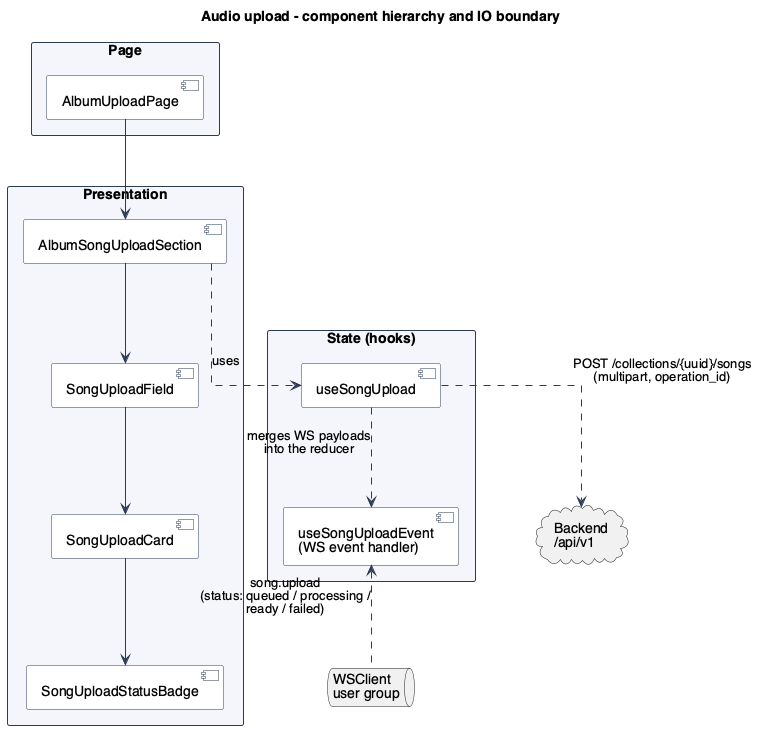
Earlier version of the PlantUML export text/diagrams/FrontendAudioUpload.png (ddrddrr/musikk). Source of this version:
```plantuml
@startuml FrontendAudioUpload

!include ../../_style.puml

title Audio upload - component hierarchy and IO boundary

package "Page" {
    [AlbumUploadPage] as album_upload_page
}

package "Presentation" {
    [AlbumSongUploadSection] as upload_section
    [SongUploadField] as upload_field
    [SongUploadCard] as upload_card
    [SongUploadStatusBadge] as status_badge
}

album_upload_page --> upload_section
upload_section --> upload_field
upload_field --> upload_card
upload_card --> status_badge

package "State (hooks)" {
    [useSongUpload] as use_song_upload
    [useSongUploadEvent\n(WS event handler)] as use_upload_event
}

upload_section ..> use_song_upload : uses
use_song_upload ..> use_upload_event : merges WS payloads\ninto the reducer

cloud "Backend\n/api/v1" as backend
queue "WSClient\nuser group" as ws

use_song_upload ..> backend : POST /collections/{uuid}/songs\n(multipart, operation_id)

use_upload_event <.. ws : song.upload\n(status: queued / processing /\nready / failed)

@enduml
```
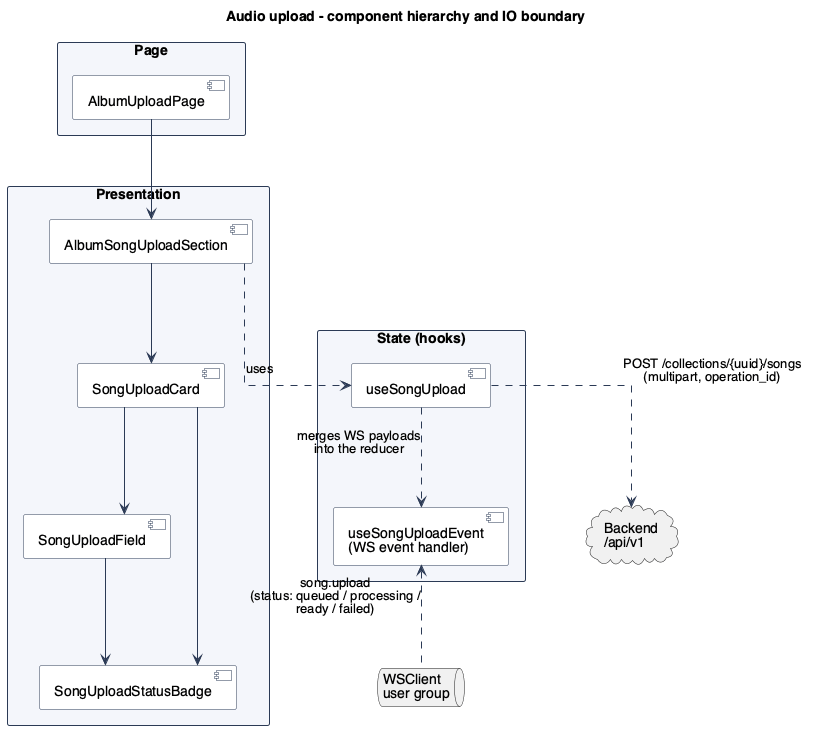
After the commit.

Diff of the diagram source:
```diff
@@ -16,9 +16,10 @@
 }
 
 album_upload_page --> upload_section
-upload_section --> upload_field
-upload_field --> upload_card
+upload_section --> upload_card
+upload_card --> upload_field
 upload_card --> status_badge
+upload_field --> status_badge
 
 package "State (hooks)" {
     [useSongUpload] as use_song_upload
```
